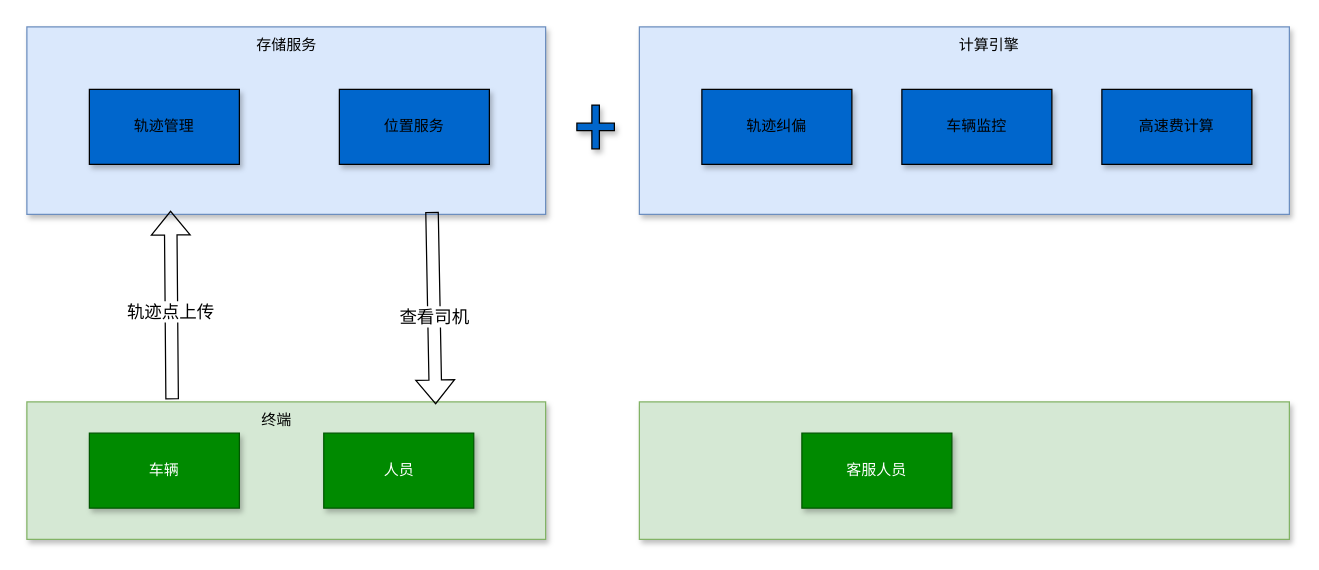
leonwcy/test keeps this draw.io diagram as 汇报.drawio. Above is the earlier version. Source tidied: cells renumbered, new cells numbered last; positions are measured from the earlier drawing's top-left corner, leaving out a move shared by most shapes. Both pictures are drawn from the tidied source at 125%, with x=0, y=0 at pixel (26, 26).
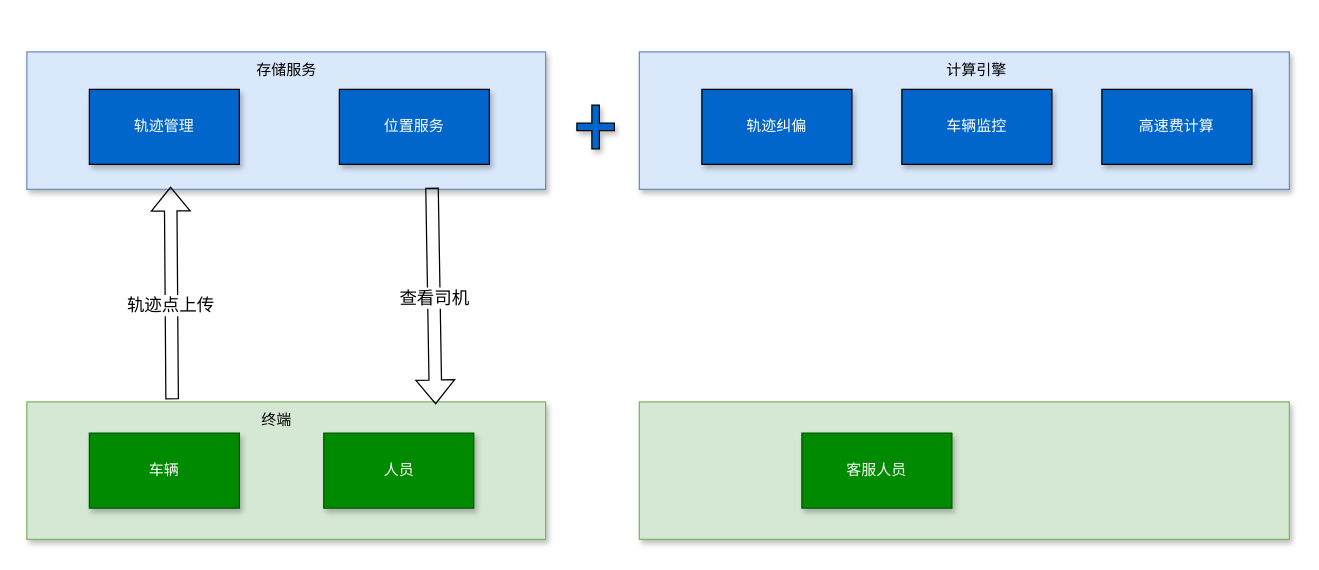
The same page after the edit.

What changed in the source:
```diff
@@
     <mxCell id="2" style="verticalLabelPosition=bottom;verticalAlign=top;html=1;shape=mxgraph.basic.rect;fillColor2=none;strokeWidth=1;size=20;indent=5;shadow=1;fillColor=#dae8fc;strokeColor=#6c8ebf;" parent="1" vertex="1">
-      <mxGeometry width="415" height="150" as="geometry" />
+      <mxGeometry y="20" width="415" height="110" as="geometry" />
     </mxCell>
-    <mxCell id="3" value="轨迹管理" style="rounded=0;whiteSpace=wrap;html=1;shadow=1;fillColor=#0066CC;" parent="1" vertex="1">
+    <mxCell id="3" value="&lt;font color=&quot;#ffffff&quot;&gt;轨迹管理&lt;/font&gt;" style="rounded=0;whiteSpace=wrap;html=1;shadow=1;fillColor=#0066CC;" parent="1" vertex="1">
       <mxGeometry x="50" y="50" width="120" height="60" as="geometry" />
     </mxCell>
-    <mxCell id="4" value="位置服务" style="rounded=0;whiteSpace=wrap;html=1;shadow=1;fillColor=#0066CC;" parent="1" vertex="1">
+    <mxCell id="4" value="&lt;font color=&quot;#ffffff&quot;&gt;位置服务&lt;/font&gt;" style="rounded=0;whiteSpace=wrap;html=1;shadow=1;fillColor=#0066CC;" parent="1" vertex="1">
       <mxGeometry x="250" y="50" width="120" height="60" as="geometry" />
     </mxCell>
     <mxCell id="5" value="存储服务" style="text;html=1;strokeColor=none;fillColor=none;align=center;verticalAlign=middle;whiteSpace=wrap;rounded=0;shadow=1;" parent="1" vertex="1">
-      <mxGeometry x="177.5" width="60" height="30" as="geometry" />
+      <mxGeometry x="177.5" y="20" width="60" height="30" as="geometry" />
     </mxCell>
     <mxCell id="6" style="verticalLabelPosition=bottom;verticalAlign=top;html=1;shape=mxgraph.basic.rect;fillColor2=none;strokeWidth=1;size=20;indent=5;shadow=1;fillColor=#dae8fc;strokeColor=#6c8ebf;" parent="1" vertex="1">
-      <mxGeometry x="490" width="520" height="150" as="geometry" />
+      <mxGeometry x="490" y="20" width="520" height="110" as="geometry" />
     </mxCell>
-    <mxCell id="7" value="轨迹纠偏" style="rounded=0;whiteSpace=wrap;html=1;shadow=1;fillColor=#0066CC;" parent="1" vertex="1">
+    <mxCell id="7" value="&lt;font color=&quot;#ffffff&quot;&gt;轨迹纠偏&lt;/font&gt;" style="rounded=0;whiteSpace=wrap;html=1;shadow=1;fillColor=#0066CC;" parent="1" vertex="1">
       <mxGeometry x="540" y="50" width="120" height="60" as="geometry" />
     </mxCell>
-    <mxCell id="8" value="车辆监控" style="rounded=0;whiteSpace=wrap;html=1;shadow=1;fillColor=#0066CC;" parent="1" vertex="1">
+    <mxCell id="8" value="&lt;font color=&quot;#ffffff&quot;&gt;车辆监控&lt;/font&gt;" style="rounded=0;whiteSpace=wrap;html=1;shadow=1;fillColor=#0066CC;" parent="1" vertex="1">
       <mxGeometry x="700" y="50" width="120" height="60" as="geometry" />
     </mxCell>
     <mxCell id="9" value="计算引擎" style="text;html=1;strokeColor=none;fillColor=none;align=center;verticalAlign=middle;whiteSpace=wrap;rounded=0;shadow=1;" parent="1" vertex="1">
-      <mxGeometry x="740" width="60" height="30" as="geometry" />
+      <mxGeometry x="730" y="20" width="60" height="30" as="geometry" />
     </mxCell>
-    <mxCell id="10" value="高速费计算" style="rounded=0;whiteSpace=wrap;html=1;shadow=1;fillColor=#0066CC;" parent="1" vertex="1">
+    <mxCell id="10" value="&lt;font color=&quot;#ffffff&quot;&gt;高速费计算&lt;/font&gt;" style="rounded=0;whiteSpace=wrap;html=1;shadow=1;fillColor=#0066CC;" parent="1" vertex="1">
       <mxGeometry x="860" y="50" width="120" height="60" as="geometry" />
     </mxCell>
```
